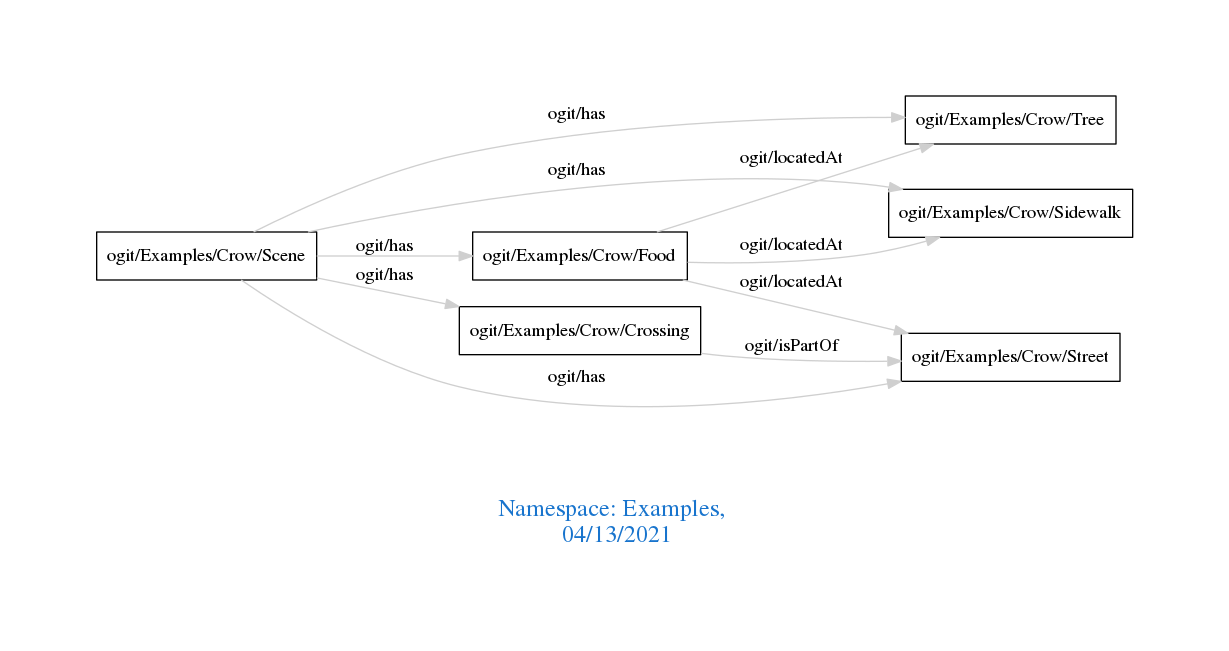
Before: downloads/Examples.png, a diagram exported from Graphviz (arago/OGIT). Its source is kept beside it as downloads/Examples.dot.
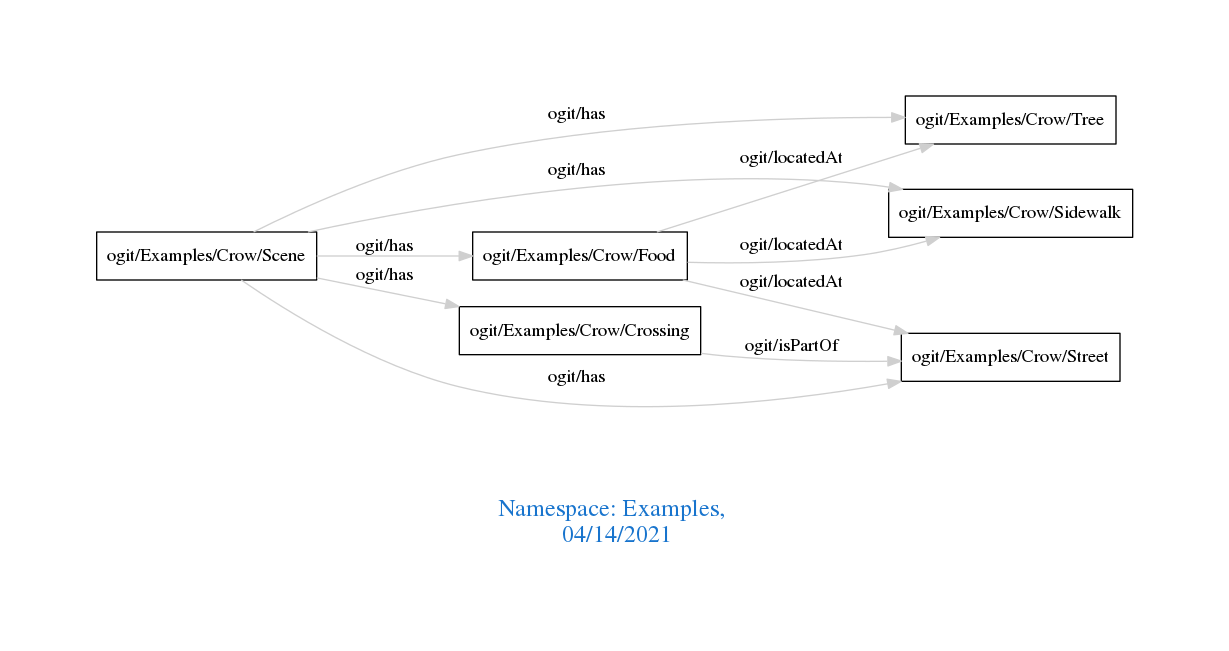
After the change.

Change to the diagram source:
```diff
@@ -1,7 +1,7 @@
 digraph OGIT_ontology {
  graph [ rankdir= LR,pad=1
 fontsize = 18,
-fontcolor= dodgerblue3,label = "\n\n\nNamespace: Examples, \n 04/13/2021"];
+fontcolor= dodgerblue3,label = "\n\n\nNamespace: Examples, \n 04/14/2021"];
 node[shape=polygon];
 edge [  color="gray81"];
 
```
